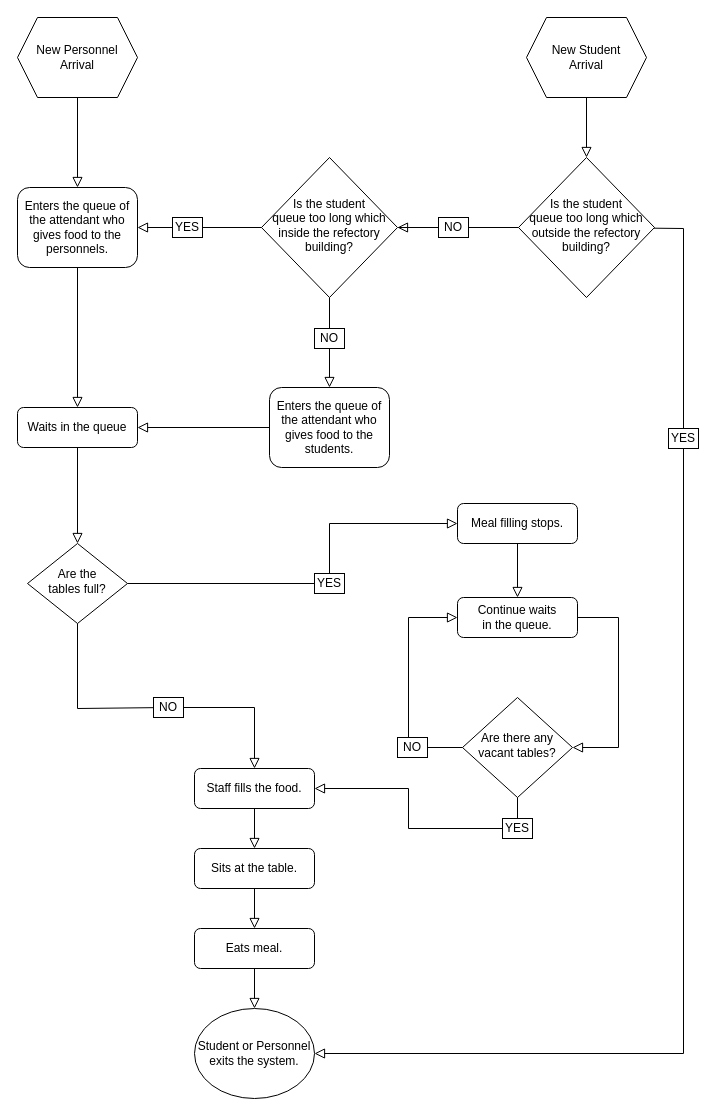
Before: HW4/HW4.drawio in gitsametcan/ModellingAnyLogic, a draw.io diagram. Source tidied: cells renumbered, new cells numbered last; positions are measured from the earlier drawing's top-left corner, leaving out a move shared by most shapes. Both pictures are drawn from the tidied source at 100%, with x=0, y=0 at pixel (17, 17).
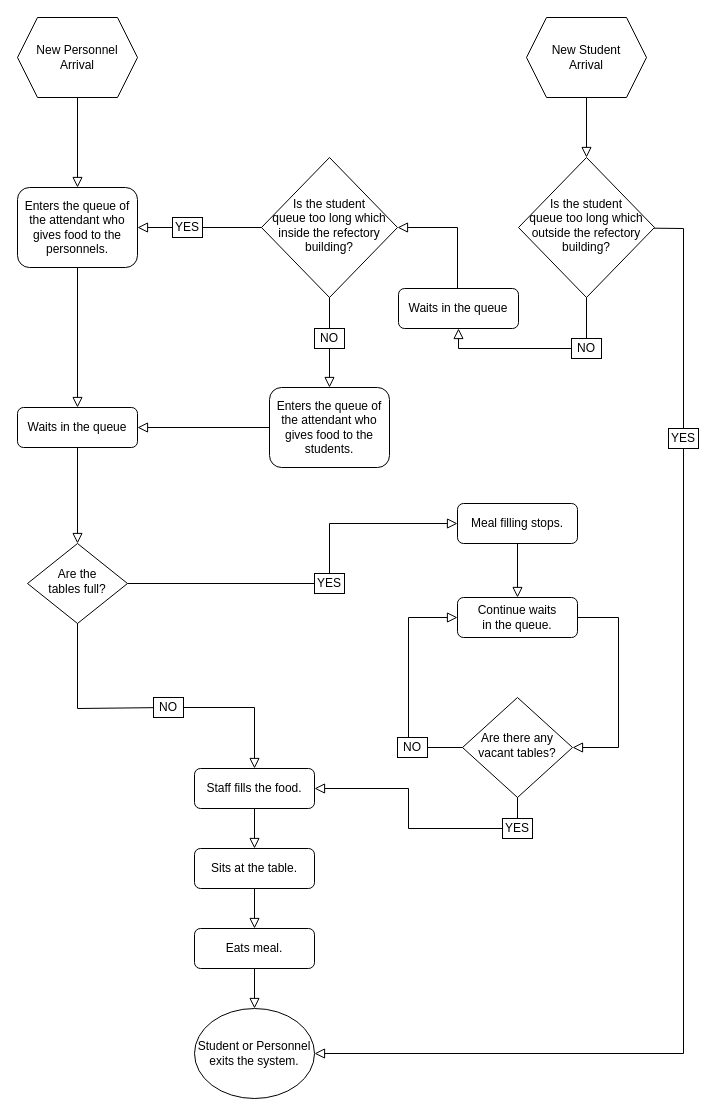
After the change.

Unchanged cells that the change refers to:
```xml
<mxCell id="8" value="Is the student &lt;br&gt;queue too long which inside the refectory building?" style="rhombus;whiteSpace=wrap;html=1;shadow=0;fontFamily=Helvetica;fontSize=12;align=center;strokeWidth=1;spacing=6;spacingTop=-4;" parent="1" vertex="1">
  <mxGeometry x="244" y="140" width="136" height="140" as="geometry" />
</mxCell>
```

What changed in the source:
```diff
@@
     <mxCell id="19" value="NO" style="rounded=0;whiteSpace=wrap;html=1;" parent="1" vertex="1">
-      <mxGeometry x="421" y="200" width="30" height="20" as="geometry" />
+      <mxGeometry x="554" y="321" width="30" height="20" as="geometry" />
     </mxCell>
@@
-    <mxCell id="29" style="rounded=0;html=1;jettySize=auto;fontSize=11;endArrow=block;endFill=0;endSize=8;strokeWidth=1;shadow=0;labelBackgroundColor=none;edgeStyle=orthogonalEdgeStyle;" parent="1" edge="1" source="19" target="8">
-      <mxGeometry x="-1" y="158" relative="1" as="geometry">
-        <Array as="points">
-          <mxPoint x="381" y="210" />
-          <mxPoint x="381" y="210" />
-        </Array>
-        <mxPoint x="-108" y="-150" as="offset" />
-      </mxGeometry>
-    </mxCell>
@@
+    <mxCell id="51" value="Waits in the queue" style="rounded=1;whiteSpace=wrap;html=1;fontSize=12;glass=0;strokeWidth=1;shadow=0;" parent="1" vertex="1">
+      <mxGeometry x="381" y="271" width="120" height="40" as="geometry" />
+    </mxCell>
+    <mxCell id="52" style="rounded=0;html=1;jettySize=auto;fontSize=11;endArrow=block;endFill=0;endSize=8;strokeWidth=1;shadow=0;labelBackgroundColor=none;edgeStyle=orthogonalEdgeStyle;" parent="1" edge="1" source="19" target="51">
+      <mxGeometry x="-1" y="158" relative="1" as="geometry">
+        <mxPoint x="-108" y="-150" as="offset" />
+      </mxGeometry>
+    </mxCell>
+    <mxCell id="53" style="rounded=0;html=1;jettySize=auto;fontSize=11;endArrow=block;endFill=0;endSize=8;strokeWidth=1;shadow=0;labelBackgroundColor=none;edgeStyle=orthogonalEdgeStyle;" parent="1" edge="1" source="51" target="8">
+      <mxGeometry x="-1" y="158" relative="1" as="geometry">
+        <Array as="points">
+          <mxPoint x="440" y="210" />
+        </Array>
+        <mxPoint x="-108" y="-150" as="offset" />
+      </mxGeometry>
+    </mxCell>
```
